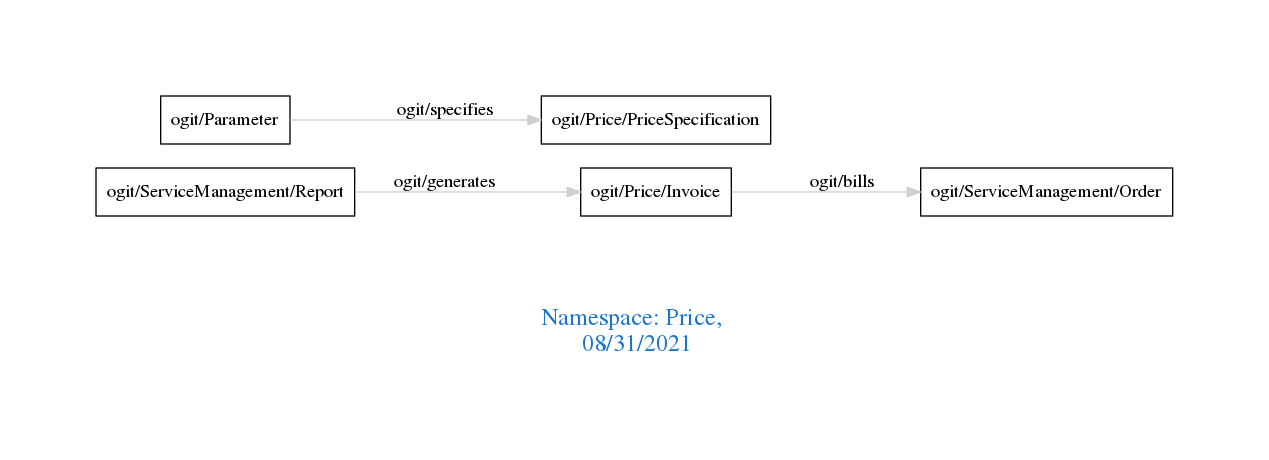
Earlier version of the Graphviz export downloads/Price.png (arago/OGIT). Its source is kept beside it as downloads/Price.dot.
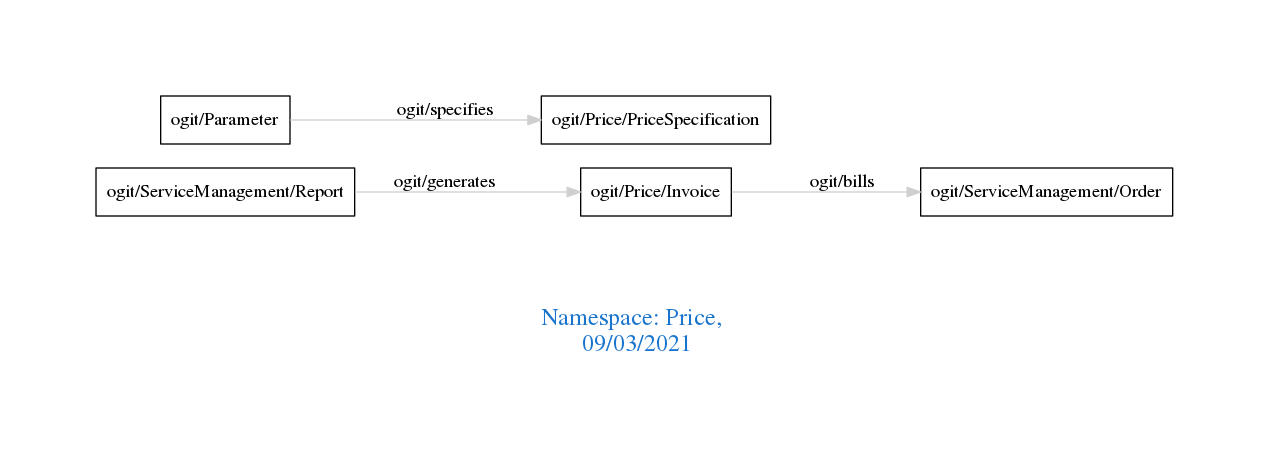
Later version of the same file.

Change to the diagram source:
```diff
@@ -1,7 +1,7 @@
 digraph OGIT_ontology {
  graph [ rankdir= LR,pad=1
 fontsize = 18,
-fontcolor= dodgerblue3,label = "\n\n\nNamespace: Price, \n 08/31/2021"];
+fontcolor= dodgerblue3,label = "\n\n\nNamespace: Price, \n 09/03/2021"];
 node[shape=polygon];
 edge [  color="gray81"];
 
```
